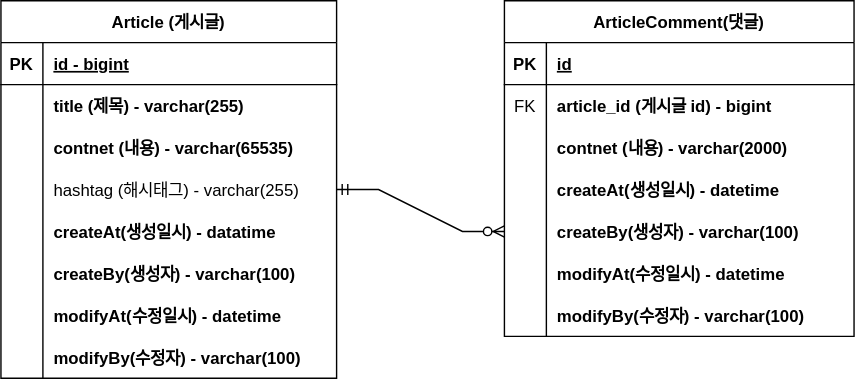
Above: document/project-board-erd.drawio.svg in cycy6031/fastcampus-project-board (draw.io), before the change. Source tidied: cells renumbered, new cells last; positions are measured from the earlier drawing's top-left corner, leaving out a move shared by most shapes.
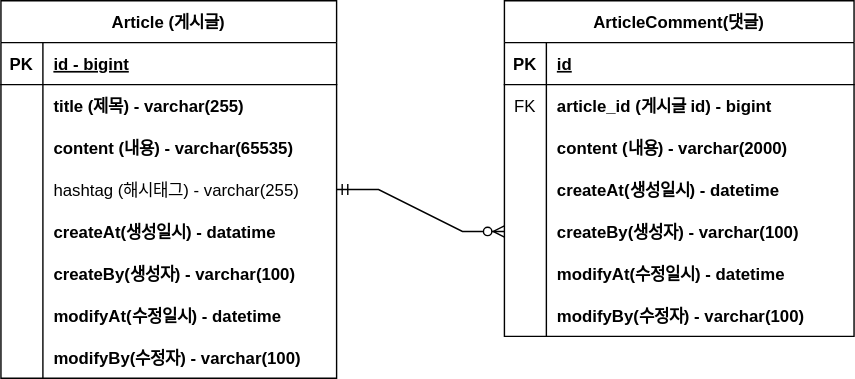
After the change.

The edit, as a diff of the source:
```diff
@@ -29,7 +29,7 @@
     <mxCell id="10" value="&#10;" style="shape=partialRectangle;overflow=hidden;fillColor=none;top=0;left=0;bottom=0;right=0;" parent="9" vertex="1">
       <mxGeometry width="30" height="30" as="geometry" />
     </mxCell>
-    <mxCell id="11" value="contnet (내용) - varchar(65535)" style="shape=partialRectangle;overflow=hidden;fillColor=none;top=0;left=0;bottom=0;right=0;align=left;spacingLeft=6;fontStyle=1;" parent="9" vertex="1">
+    <mxCell id="11" value="content (내용) - varchar(65535)" style="shape=partialRectangle;overflow=hidden;fillColor=none;top=0;left=0;bottom=0;right=0;align=left;spacingLeft=6;fontStyle=1;" parent="9" vertex="1">
       <mxGeometry x="30" width="210" height="30" as="geometry" />
     </mxCell>
     <mxCell id="12" style="shape=partialRectangle;fillColor=none;points=[[0,0.5],[1,0.5]];portConstraint=eastwest;top=0;left=0;right=0;bottom=0;" parent="2" vertex="1">
@@ -104,7 +104,7 @@
     <mxCell id="35" value="&#10;" style="shape=partialRectangle;overflow=hidden;fillColor=none;top=0;left=0;bottom=0;right=0;" parent="34" vertex="1">
       <mxGeometry width="30" height="30" as="geometry" />
     </mxCell>
-    <mxCell id="36" value="contnet (내용) - varchar(2000)" style="shape=partialRectangle;overflow=hidden;fillColor=none;top=0;left=0;bottom=0;right=0;align=left;spacingLeft=6;fontStyle=1;" parent="34" vertex="1">
+    <mxCell id="36" value="content (내용) - varchar(2000)" style="shape=partialRectangle;overflow=hidden;fillColor=none;top=0;left=0;bottom=0;right=0;align=left;spacingLeft=6;fontStyle=1;" parent="34" vertex="1">
       <mxGeometry x="30" width="220" height="30" as="geometry" />
     </mxCell>
     <mxCell id="37" style="shape=partialRectangle;fillColor=none;top=0;left=0;right=0;bottom=0;" parent="27" vertex="1">
```
